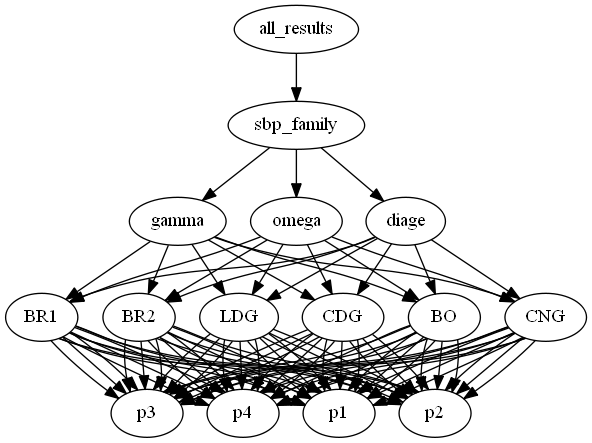
Earlier version of the Graphviz export visual/all_results_2d.dot.png (zolargwrk/PySBP). Its source is kept beside it as visual/all_results_2d.dot.
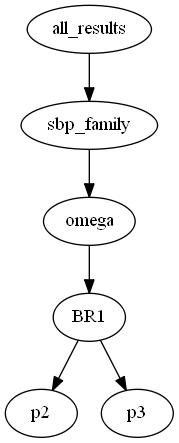
After the change.

The edit, as a diff of the source:
```diff
@@ -1,191 +1,13 @@
 digraph tree {
     "all_results";
     "sbp_family";
-    "gamma";
+    "omega";
     "BR1";
-    "p1";
     "p2";
     "p3";
-    "p4";
-    "BR2";
-    "p1";
-    "p2";
-    "p3";
-    "p4";
-    "LDG";
-    "p1";
-    "p2";
-    "p3";
-    "p4";
-    "CDG";
-    "p1";
-    "p2";
-    "p3";
-    "p4";
-    "BO";
-    "p1";
-    "p2";
-    "p3";
-    "p4";
-    "CNG";
-    "p1";
-    "p2";
-    "p3";
-    "p4";
-    "omega";
-    "BR1";
-    "p1";
-    "p2";
-    "p3";
-    "p4";
-    "BR2";
-    "p1";
-    "p2";
-    "p3";
-    "p4";
-    "LDG";
-    "p1";
-    "p2";
-    "p3";
-    "p4";
-    "CDG";
-    "p1";
-    "p2";
-    "p3";
-    "p4";
-    "BO";
-    "p1";
-    "p2";
-    "p3";
-    "p4";
-    "CNG";
-    "p1";
-    "p2";
-    "p3";
-    "p4";
-    "diage";
-    "BR1";
-    "p1";
-    "p2";
-    "p3";
-    "p4";
-    "BR2";
-    "p1";
-    "p2";
-    "p3";
-    "p4";
-    "LDG";
-    "p1";
-    "p2";
-    "p3";
-    "p4";
-    "CDG";
-    "p1";
-    "p2";
-    "p3";
-    "p4";
-    "BO";
-    "p1";
-    "p2";
-    "p3";
-    "p4";
-    "CNG";
-    "p1";
-    "p2";
-    "p3";
-    "p4";
     "all_results" -> "sbp_family";
-    "sbp_family" -> "gamma";
     "sbp_family" -> "omega";
-    "sbp_family" -> "diage";
-    "gamma" -> "BR1";
-    "gamma" -> "BR2";
-    "gamma" -> "LDG";
-    "gamma" -> "CDG";
-    "gamma" -> "BO";
-    "gamma" -> "CNG";
-    "BR1" -> "p1";
+    "omega" -> "BR1";
     "BR1" -> "p2";
     "BR1" -> "p3";
-    "BR1" -> "p4";
-    "BR2" -> "p1";
-    "BR2" -> "p2";
-    "BR2" -> "p3";
-    "BR2" -> "p4";
-    "LDG" -> "p1";
-    "LDG" -> "p2";
-    "LDG" -> "p3";
-    "LDG" -> "p4";
-    "CDG" -> "p1";
-    "CDG" -> "p2";
-    "CDG" -> "p3";
-    "CDG" -> "p4";
-    "BO" -> "p1";
-    "BO" -> "p2";
-    "BO" -> "p3";
-    "BO" -> "p4";
-    "CNG" -> "p1";
-    "CNG" -> "p2";
-    "CNG" -> "p3";
-    "CNG" -> "p4";
-    "omega" -> "BR1";
-    "omega" -> "BR2";
-    "omega" -> "LDG";
-    "omega" -> "CDG";
-    "omega" -> "BO";
-    "omega" -> "CNG";
-    "BR1" -> "p1";
-    "BR1" -> "p2";
-    "BR1" -> "p3";
-    "BR1" -> "p4";
-    "BR2" -> "p1";
-    "BR2" -> "p2";
-    "BR2" -> "p3";
-    "BR2" -> "p4";
-    "LDG" -> "p1";
-    "LDG" -> "p2";
-    "LDG" -> "p3";
-    "LDG" -> "p4";
-    "CDG" -> "p1";
-    "CDG" -> "p2";
-    "CDG" -> "p3";
-    "CDG" -> "p4";
-    "BO" -> "p1";
-    "BO" -> "p2";
-    "BO" -> "p3";
-    "BO" -> "p4";
-    "CNG" -> "p1";
-    "CNG" -> "p2";
-    "CNG" -> "p3";
-    "CNG" -> "p4";
-    "diage" -> "BR1";
-    "diage" -> "BR2";
-    "diage" -> "LDG";
-    "diage" -> "CDG";
-    "diage" -> "BO";
-    "diage" -> "CNG";
-    "BR1" -> "p1";
-    "BR1" -> "p2";
-    "BR1" -> "p3";
-    "BR1" -> "p4";
-    "BR2" -> "p1";
-    "BR2" -> "p2";
-    "BR2" -> "p3";
-    "BR2" -> "p4";
-    "LDG" -> "p1";
-    "LDG" -> "p2";
-    "LDG" -> "p3";
-    "LDG" -> "p4";
-    "CDG" -> "p1";
-    "CDG" -> "p2";
-    "CDG" -> "p3";
-    "CDG" -> "p4";
-    "BO" -> "p1";
-    "BO" -> "p2";
-    "BO" -> "p3";
-    "BO" -> "p4";
-    "CNG" -> "p1";
-    "CNG" -> "p2";
-    "CNG" -> "p3";
-    "CNG" -> "p4";
 }
```
